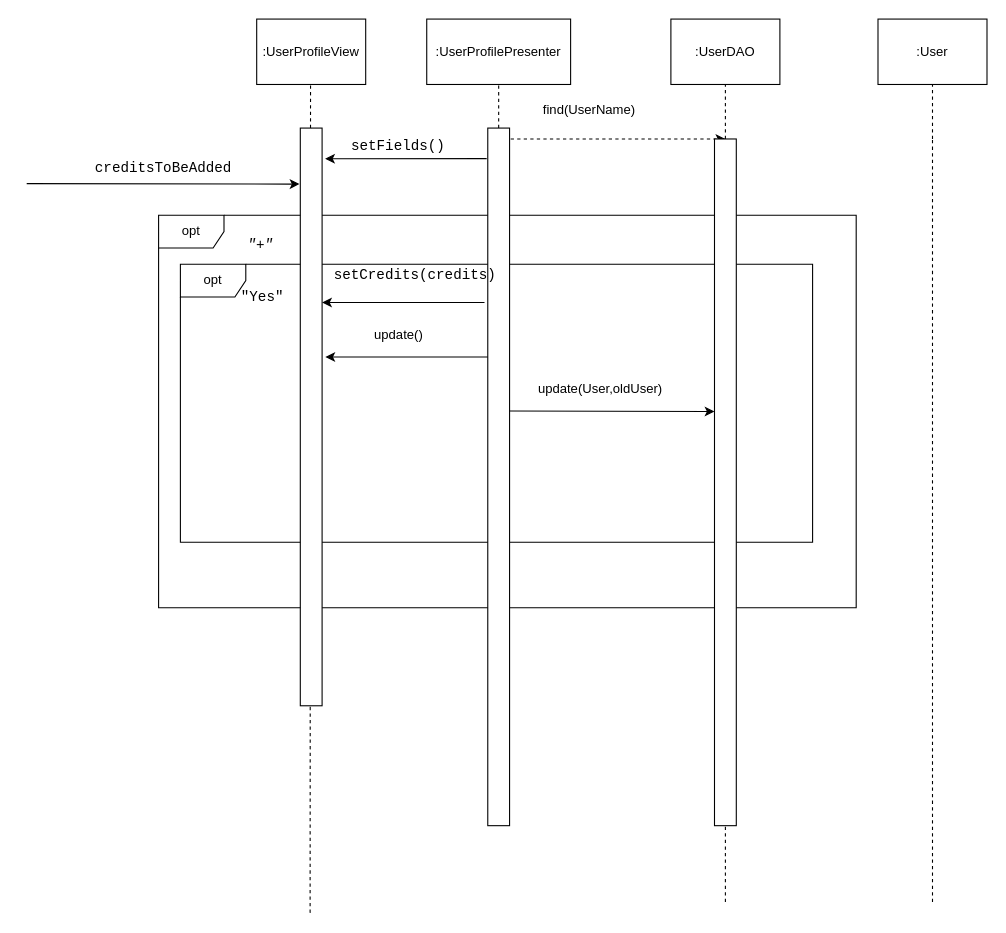
Earlier version of the draw.io diagram R4_Diagrams/Sequence Diagrams/AddCreditsSD.drawio (ntinouldinho/Parking-App). Source tidied: cells renumbered, new cells numbered last; positions are measured from the earlier drawing's top-left corner, leaving out a move shared by most shapes. Both pictures are drawn from the tidied source at 109%, with x=0, y=0 at pixel (26, 19).
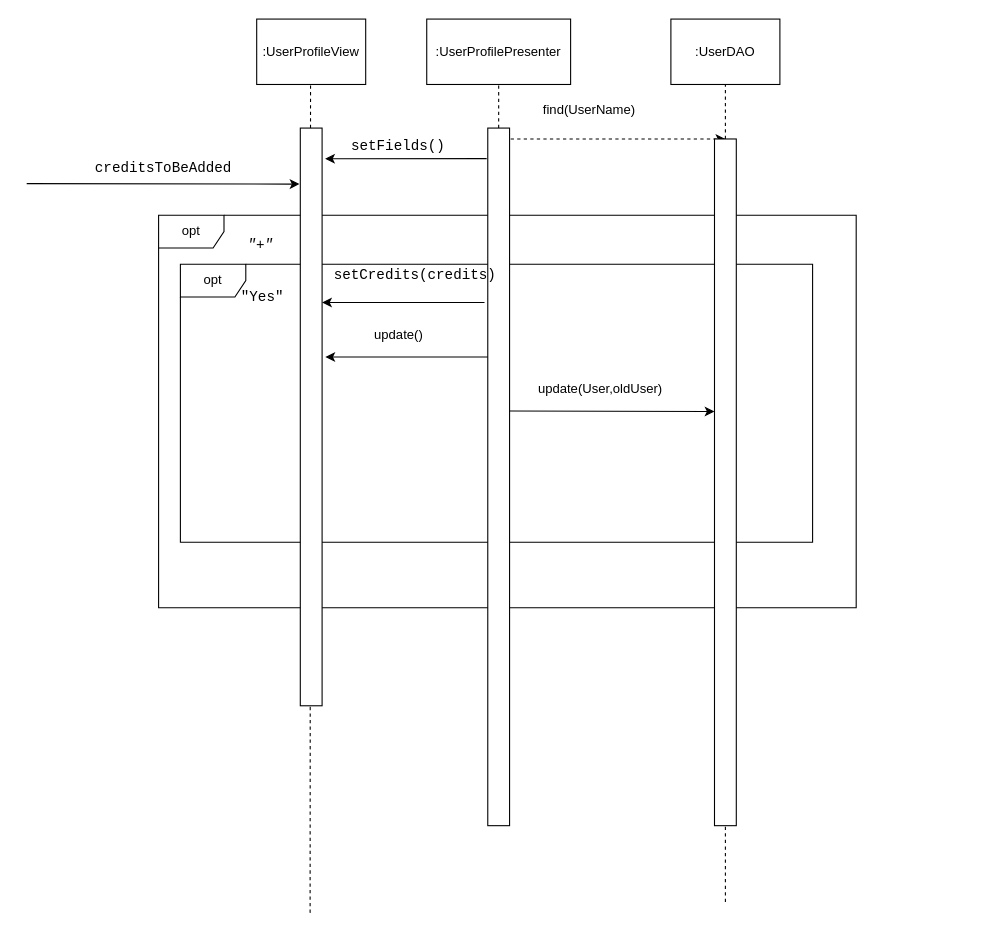
The same page after the edit.

The edit, as a diff of the source:
```diff
@@
-    <mxCell id="11" value=":User" style="rounded=0;whiteSpace=wrap;html=1;" parent="1" vertex="1">
-      <mxGeometry x="781" width="100" height="60" as="geometry" />
-    </mxCell>
-    <mxCell id="12" style="endArrow=none;dashed=1;html=1;entryX=0.5;entryY=1;entryDx=0;entryDy=0;" parent="1" edge="1" target="11">
-      <mxGeometry relative="1" as="geometry">
-        <mxPoint x="831" y="110" as="sourcePoint" />
-      </mxGeometry>
-    </mxCell>
@@
-    <mxCell id="19" style="endArrow=none;dashed=1;html=1;" parent="1" edge="1">
-      <mxGeometry relative="1" as="geometry">
-        <mxPoint x="831" y="810" as="sourcePoint" />
-        <mxPoint x="831" y="110" as="targetPoint" />
-      </mxGeometry>
-    </mxCell>
```
